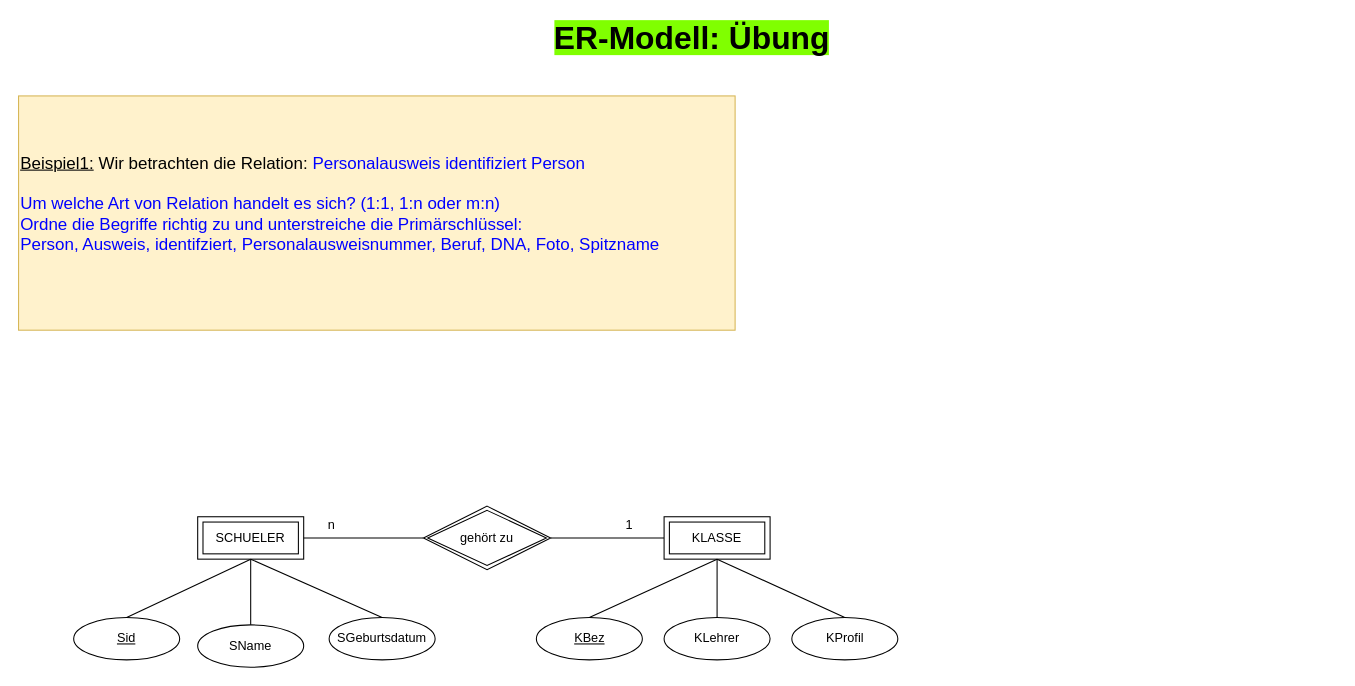
This is page "Bsp_Schüler_Klasse" (2 of 6) of ER-Modell_Beispiele.drawio from AlteMelberten/DRAWIO, a draw.io file, before an edit. Source tidied: cells renumbered, new cells numbered last; positions are measured from the earlier drawing's top-left corner, leaving out a move shared by most shapes. Both pictures are drawn from the tidied source at 106%, with x=0, y=0 at pixel (18, 21).
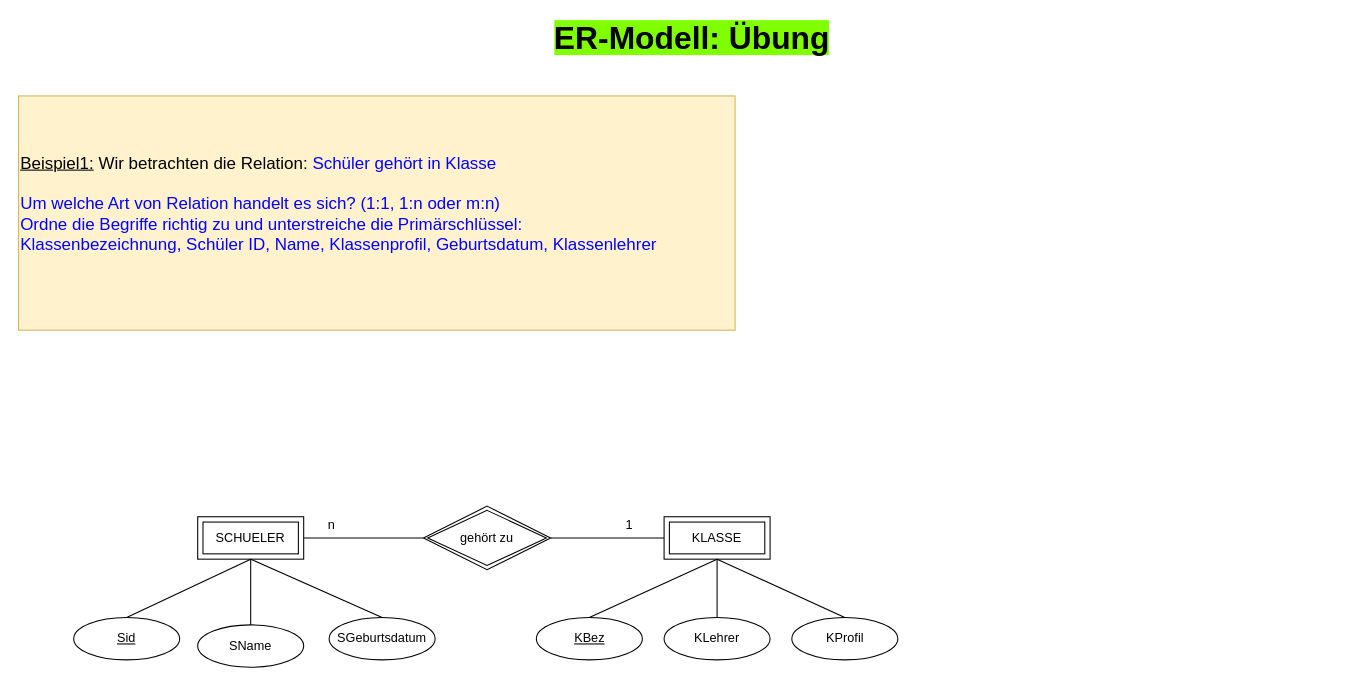
The same diagram, later.

What changed in the source:
```diff
@@
-    <mxCell id="3" value="&lt;div align=&quot;left&quot;&gt;&lt;u&gt;Beispiel1:&lt;/u&gt; Wir betrachten die Relation: &lt;font color=&quot;#0000ff&quot;&gt;Personalausweis identifiziert Person&lt;/font&gt;&lt;br&gt;&lt;/div&gt;&lt;div align=&quot;left&quot;&gt;&lt;br&gt;&lt;font color=&quot;#0000ff&quot;&gt;Um welche Art von Relation handelt es sich? (1:1, 1:n oder m:n)&lt;br&gt;Ordne die Begriffe richtig zu und unterstreiche die Primärschlüssel:&lt;br&gt;Person, Ausweis, identifziert, Personalausweisnummer, Beruf, DNA, Foto, Spitzname&lt;br&gt;&lt;/font&gt;&lt;br&gt;&lt;/div&gt;" style="text;html=1;align=left;verticalAlign=middle;whiteSpace=wrap;rounded=0;fontSize=16;fillColor=#fff2cc;strokeColor=#d6b656;" parent="1" vertex="1">
+    <mxCell id="3" value="&lt;div align=&quot;left&quot;&gt;&lt;u&gt;Beispiel1:&lt;/u&gt; Wir betrachten die Relation: &lt;font color=&quot;#0000ff&quot;&gt;Schüler gehört in Klasse&lt;/font&gt;&lt;/div&gt;&lt;div align=&quot;left&quot;&gt;&lt;br&gt;&lt;font color=&quot;#0000ff&quot;&gt;Um welche Art von Relation handelt es sich? (1:1, 1:n oder m:n)&lt;br&gt;Ordne die Begriffe richtig zu und unterstreiche die Primärschlüssel:&lt;br&gt;Klassenbezeichnung, Schüler ID, Name, Klassenprofil, Geburtsdatum, Klassenlehrer&lt;br&gt;&lt;/font&gt;&lt;br&gt;&lt;/div&gt;" style="text;html=1;align=left;verticalAlign=middle;whiteSpace=wrap;rounded=0;fontSize=16;fillColor=#fff2cc;strokeColor=#d6b656;" parent="1" vertex="1">
       <mxGeometry y="70" width="676" height="221" as="geometry" />
     </mxCell>
```
